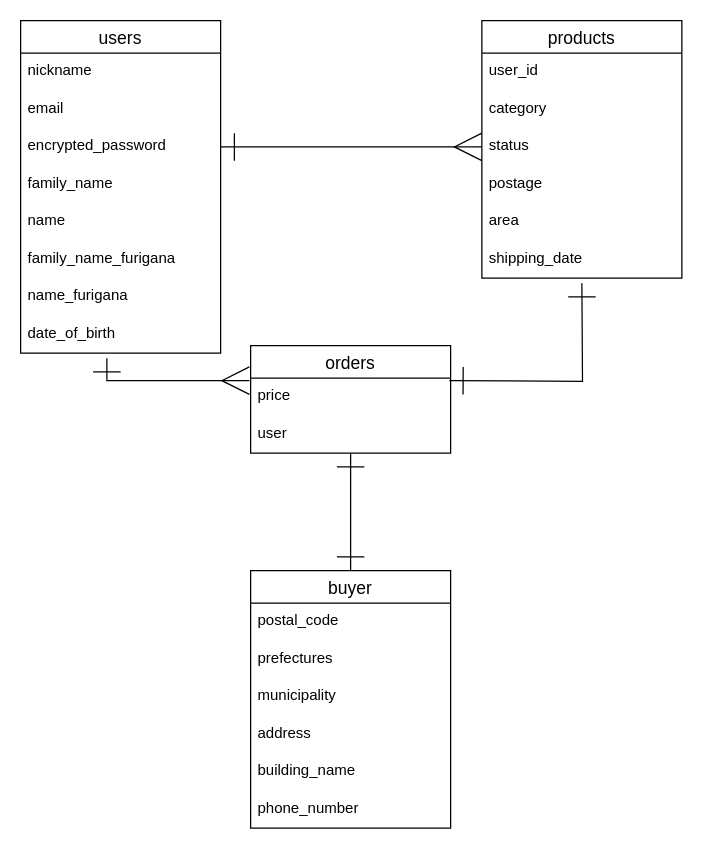
The draw.io diagram furima.dio in Hi-yano/furima-31597, before the edit. Source tidied: cells renumbered, new cells numbered last; positions are measured from the earlier drawing's top-left corner, leaving out a move shared by most shapes. Both pictures are drawn from the tidied source at 125%, with x=0, y=0 at pixel (20, 20).
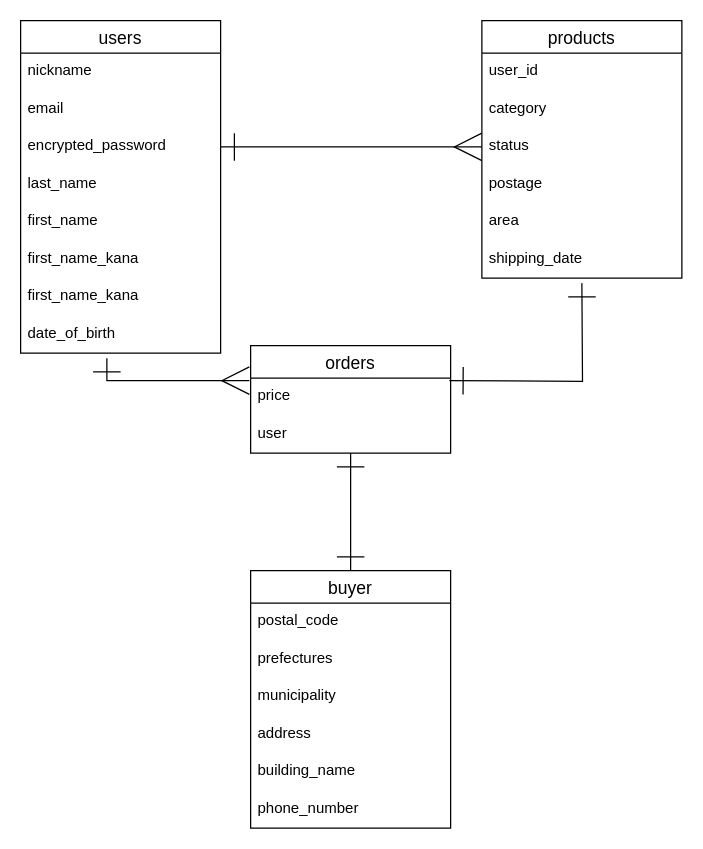
After the change.

Commit message (it also covers changes not shown here):
ER図/README修正2

Unchanged cells that the change refers to:
```xml
<mxCell id="5" value="users" style="swimlane;fontStyle=0;horizontal=1;startSize=26;align=center;fontSize=14;" parent="1" vertex="1">
  <mxGeometry width="160" height="266" as="geometry" />
</mxCell>
```

Diff of the diagram source:
```diff
@@
-    <mxCell id="9" value="family_name" style="text;strokeColor=none;fillColor=none;spacingLeft=4;spacingRight=4;overflow=hidden;fontSize=12;" parent="5" vertex="1">
+    <mxCell id="9" value="last_name" style="text;strokeColor=none;fillColor=none;spacingLeft=4;spacingRight=4;overflow=hidden;fontSize=12;" parent="5" vertex="1">
       <mxGeometry y="116" width="160" height="30" as="geometry" />
     </mxCell>
-    <mxCell id="10" value="name" style="text;strokeColor=none;fillColor=none;spacingLeft=4;spacingRight=4;overflow=hidden;fontSize=12;" parent="5" vertex="1">
+    <mxCell id="10" value="first_name" style="text;strokeColor=none;fillColor=none;spacingLeft=4;spacingRight=4;overflow=hidden;fontSize=12;" parent="5" vertex="1">
       <mxGeometry y="146" width="160" height="30" as="geometry" />
     </mxCell>
-    <mxCell id="11" value="family_name_furigana" style="text;strokeColor=none;fillColor=none;spacingLeft=4;spacingRight=4;overflow=hidden;fontSize=12;" parent="5" vertex="1">
+    <mxCell id="11" value="first_name_kana" style="text;strokeColor=none;fillColor=none;spacingLeft=4;spacingRight=4;overflow=hidden;fontSize=12;" parent="5" vertex="1">
       <mxGeometry y="176" width="160" height="30" as="geometry" />
     </mxCell>
-    <mxCell id="12" value="name_furigana" style="text;strokeColor=none;fillColor=none;spacingLeft=4;spacingRight=4;overflow=hidden;fontSize=12;" parent="5" vertex="1">
+    <mxCell id="12" value="first_name_kana" style="text;strokeColor=none;fillColor=none;spacingLeft=4;spacingRight=4;overflow=hidden;fontSize=12;" parent="5" vertex="1">
       <mxGeometry y="206" width="160" height="30" as="geometry" />
     </mxCell>
```
